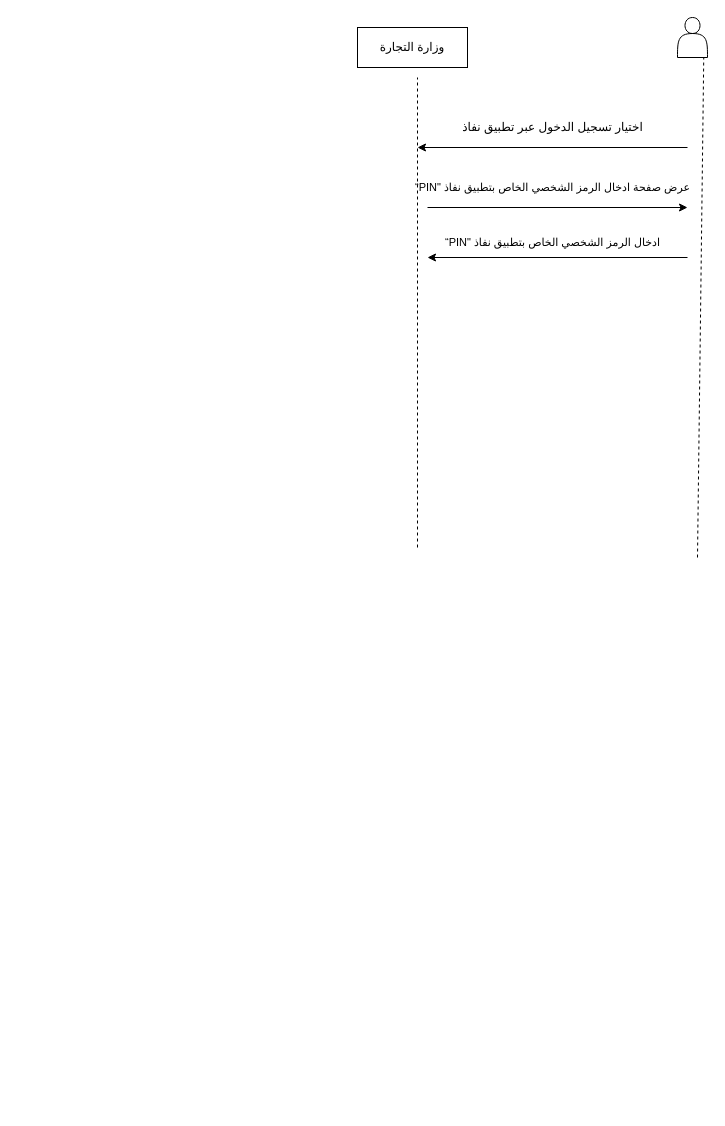
Earlier version of the draw.io diagram اصدار سجل تجاري.drawio (BayadirAlharbi/SmartMethodsTask1). Source tidied: cells renumbered, new cells numbered last; positions are measured from the earlier drawing's top-left corner, leaving out a move shared by most shapes. Both pictures are drawn from the tidied source at 100%, with x=0, y=0 at pixel (357, 17).
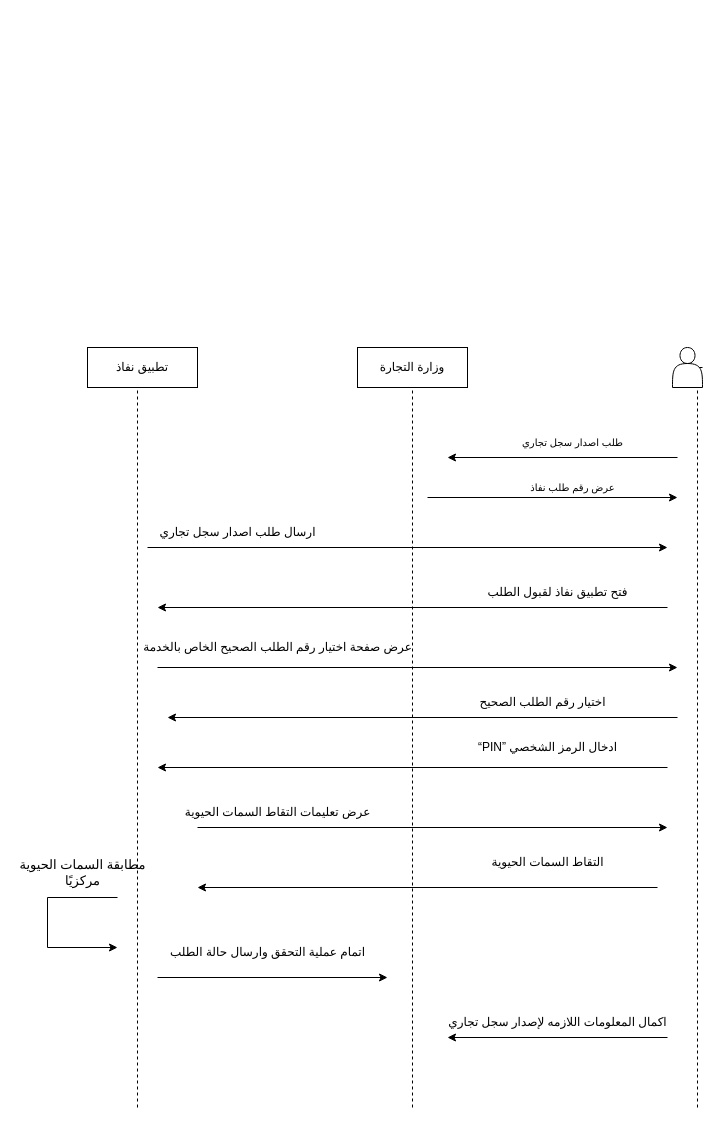
The same page after the edit.

Diff of the diagram source:
```diff
@@
+    <mxCell id="3" style="endArrow=none;dashed=1;html=1;rounded=0;startArrow=none;" parent="1" edge="1" source="2">
+      <mxGeometry relative="1" as="geometry">
+        <mxPoint x="340" y="350" as="targetPoint" />
+      </mxGeometry>
+    </mxCell>
+    <mxCell id="5" style="endArrow=none;dashed=1;html=1;rounded=0;startArrow=none;" parent="1" edge="1" source="4">
+      <mxGeometry relative="1" as="geometry">
+        <mxPoint x="60" y="350" as="targetPoint" />
+      </mxGeometry>
+    </mxCell>
+    <mxCell id="12" value="تطبيق نفاذ" style="rounded=0;whiteSpace=wrap;html=1;strokeColor=default;" parent="1" vertex="1">
+      <mxGeometry x="-270" y="330" width="110" height="40" as="geometry" />
+    </mxCell>
+    <mxCell id="13" style="endArrow=none;dashed=1;html=1;rounded=0;" parent="1" edge="1">
+      <mxGeometry relative="1" as="geometry">
+        <mxPoint x="-220" y="1090" as="sourcePoint" />
+        <mxPoint x="-220" y="370" as="targetPoint" />
+      </mxGeometry>
+    </mxCell>
+    <mxCell id="14" style="endArrow=classic;html=1;rounded=0;fontSize=10;" parent="1" edge="1">
+      <mxGeometry relative="1" as="geometry">
+        <mxPoint x="320" y="440" as="sourcePoint" />
+        <mxPoint x="90" y="440" as="targetPoint" />
+      </mxGeometry>
+    </mxCell>
+    <mxCell id="15" value="طلب اصدار سجل تجاري" style="text;html=1;align=center;verticalAlign=middle;strokeColor=none;fillColor=none;fontSize=10;" parent="1" vertex="1">
+      <mxGeometry x="160" y="410" width="110" height="30" as="geometry" />
+    </mxCell>
+    <mxCell id="16" style="endArrow=classic;html=1;rounded=0;fontSize=10;" parent="1" edge="1">
+      <mxGeometry relative="1" as="geometry">
+        <mxPoint x="70" y="480" as="sourcePoint" />
+        <mxPoint x="320" y="480" as="targetPoint" />
+      </mxGeometry>
+    </mxCell>
+    <mxCell id="17" value="عرض رقم طلب نفاذ" style="text;html=1;align=center;verticalAlign=middle;strokeColor=none;fillColor=none;fontSize=10;" parent="1" vertex="1">
+      <mxGeometry x="170" y="455" width="90" height="30" as="geometry" />
+    </mxCell>
+    <mxCell id="18" style="endArrow=classic;html=1;rounded=0;" parent="1" edge="1">
+      <mxGeometry relative="1" as="geometry">
+        <mxPoint x="-210" y="530" as="sourcePoint" />
+        <mxPoint x="310" y="530" as="targetPoint" />
+      </mxGeometry>
+    </mxCell>
+    <mxCell id="19" value="ارسال طلب اصدار سجل تجاري" style="text;html=1;align=center;verticalAlign=middle;strokeColor=none;fillColor=none;" parent="1" vertex="1">
+      <mxGeometry x="-200" y="500" width="160" height="30" as="geometry" />
+    </mxCell>
+    <mxCell id="20" style="endArrow=classic;html=1;rounded=0;" parent="1" edge="1">
+      <mxGeometry relative="1" as="geometry">
+        <mxPoint x="310" y="590" as="sourcePoint" />
+        <mxPoint x="-200" y="590" as="targetPoint" />
+      </mxGeometry>
+    </mxCell>
+    <mxCell id="21" value="فتح تطبيق نفاذ لقبول الطلب" style="text;html=1;align=center;verticalAlign=middle;strokeColor=none;fillColor=none;" parent="1" vertex="1">
+      <mxGeometry x="130" y="560" width="140" height="30" as="geometry" />
+    </mxCell>
+    <mxCell id="22" style="endArrow=classic;html=1;rounded=0;" parent="1" edge="1">
+      <mxGeometry relative="1" as="geometry">
+        <mxPoint x="-200" y="650" as="sourcePoint" />
+        <mxPoint x="320" y="650" as="targetPoint" />
+      </mxGeometry>
+    </mxCell>
+    <mxCell id="23" value="عرض صفحة اختيار رقم الطلب الصحيح الخاص بالخدمة" style="text;html=1;align=center;verticalAlign=middle;strokeColor=none;fillColor=none;" parent="1" vertex="1">
+      <mxGeometry x="-210" y="615" width="260" height="30" as="geometry" />
+    </mxCell>
+    <mxCell id="24" style="endArrow=classic;html=1;rounded=0;" parent="1" edge="1">
+      <mxGeometry relative="1" as="geometry">
+        <mxPoint x="320" y="700" as="sourcePoint" />
+        <mxPoint x="-190" y="700" as="targetPoint" />
+      </mxGeometry>
+    </mxCell>
+    <mxCell id="25" value="اختيار رقم الطلب الصحيح" style="text;html=1;align=center;verticalAlign=middle;strokeColor=none;fillColor=none;" parent="1" vertex="1">
+      <mxGeometry x="120" y="670" width="130" height="30" as="geometry" />
+    </mxCell>
+    <mxCell id="26" style="endArrow=classic;html=1;rounded=0;" parent="1" edge="1">
+      <mxGeometry relative="1" as="geometry">
+        <mxPoint x="-160" y="810" as="sourcePoint" />
+        <mxPoint x="310" y="810" as="targetPoint" />
+      </mxGeometry>
+    </mxCell>
+    <mxCell id="27" value="عرض تعليمات التقاط السمات الحيوية" style="text;html=1;align=center;verticalAlign=middle;strokeColor=none;fillColor=none;" parent="1" vertex="1">
+      <mxGeometry x="-170" y="780" width="180" height="30" as="geometry" />
+    </mxCell>
+    <mxCell id="28" style="endArrow=classic;html=1;rounded=0;" parent="1" edge="1">
+      <mxGeometry relative="1" as="geometry">
+        <mxPoint x="300" y="870" as="sourcePoint" />
+        <mxPoint x="-160" y="870" as="targetPoint" />
+      </mxGeometry>
+    </mxCell>
+    <mxCell id="29" value="التقاط السمات الحيوية" style="text;html=1;align=center;verticalAlign=middle;strokeColor=none;fillColor=none;" parent="1" vertex="1">
+      <mxGeometry x="130" y="830" width="120" height="30" as="geometry" />
+    </mxCell>
+    <mxCell id="30" style="endArrow=classic;html=1;rounded=0;fontSize=10;" parent="1" edge="1">
+      <mxGeometry relative="1" as="geometry">
+        <mxPoint x="-240" y="880" as="sourcePoint" />
+        <mxPoint x="-240" y="930" as="targetPoint" />
+        <Array as="points">
+          <mxPoint x="-310" y="880" />
+          <mxPoint x="-310" y="930" />
+        </Array>
+      </mxGeometry>
+    </mxCell>
+    <mxCell id="31" value="مطابقة السمات الحيوية&lt;br style=&quot;font-size: 13px;&quot;&gt;مركزيًا" style="text;html=1;align=center;verticalAlign=middle;strokeColor=none;fillColor=none;fontSize=13;" parent="1" vertex="1">
+      <mxGeometry x="-340" y="835" width="130" height="40" as="geometry" />
+    </mxCell>
+    <mxCell id="32" style="endArrow=classic;html=1;rounded=0;" parent="1" edge="1">
+      <mxGeometry relative="1" as="geometry">
+        <mxPoint x="-200" y="960" as="sourcePoint" />
+        <mxPoint x="30" y="960" as="targetPoint" />
+      </mxGeometry>
+    </mxCell>
+    <mxCell id="33" value="اتمام عملية التحقق وارسال حالة الطلب" style="text;html=1;align=center;verticalAlign=middle;strokeColor=none;fillColor=none;" parent="1" vertex="1">
+      <mxGeometry x="-180" y="920" width="180" height="30" as="geometry" />
+    </mxCell>
+    <mxCell id="34" style="endArrow=classic;html=1;rounded=0;" parent="1" edge="1">
+      <mxGeometry relative="1" as="geometry">
+        <mxPoint x="310" y="1020" as="sourcePoint" />
+        <mxPoint x="90" y="1020" as="targetPoint" />
+      </mxGeometry>
+    </mxCell>
+    <mxCell id="35" value="اكمال المعلومات اللازمه لإصدار سجل تجاري" style="text;html=1;align=center;verticalAlign=middle;strokeColor=none;fillColor=none;" parent="1" vertex="1">
+      <mxGeometry x="95" y="990" width="210" height="30" as="geometry" />
+    </mxCell>
+    <mxCell id="4" value="وزارة التجارة" style="rounded=0;whiteSpace=wrap;html=1;strokeColor=default;" parent="1" vertex="1">
+      <mxGeometry y="330" width="110" height="40" as="geometry" />
+    </mxCell>
+    <mxCell id="36" style="endArrow=none;dashed=1;html=1;rounded=0;" parent="1" edge="1" target="4">
+      <mxGeometry relative="1" as="geometry">
+        <mxPoint x="55" y="1090" as="sourcePoint" />
+      </mxGeometry>
+    </mxCell>
     <mxCell id="2" style="shape=actor;whiteSpace=wrap;html=1;strokeColor=default;verticalAlign=middle;fontStyle=0;" parent="1" vertex="1">
-      <mxGeometry x="320" width="30" height="40" as="geometry" />
+      <mxGeometry x="315" y="330" width="30" height="40" as="geometry" />
     </mxCell>
-    <mxCell id="3" style="endArrow=none;dashed=1;html=1;rounded=0;entryX=0.875;entryY=1;entryDx=0;entryDy=0;entryPerimeter=0;" parent="1" edge="1" target="2">
-      <mxGeometry relative="1" as="geometry">
-        <mxPoint x="340" y="540" as="sourcePoint" />
-      </mxGeometry>
-    </mxCell>
-    <mxCell id="4" value="وزارة التجارة" style="rounded=0;whiteSpace=wrap;html=1;strokeColor=default;" parent="1" vertex="1">
-      <mxGeometry y="10" width="110" height="40" as="geometry" />
-    </mxCell>
-    <mxCell id="5" style="endArrow=none;dashed=1;html=1;rounded=0;" parent="1" edge="1">
-      <mxGeometry relative="1" as="geometry">
-        <mxPoint x="60" y="530" as="sourcePoint" />
-        <mxPoint x="60" y="60" as="targetPoint" />
-      </mxGeometry>
-    </mxCell>
-    <mxCell id="6" style="endArrow=classic;html=1;rounded=0;" parent="1" edge="1">
-      <mxGeometry relative="1" as="geometry">
-        <mxPoint x="330" y="130" as="sourcePoint" />
-        <mxPoint x="60" y="130" as="targetPoint" />
-      </mxGeometry>
-    </mxCell>
-    <mxCell id="7" value="اختيار تسجيل الدخول عبر تطبيق نفاذ" style="text;html=1;align=center;verticalAlign=middle;strokeColor=none;fillColor=none;" parent="1" vertex="1">
-      <mxGeometry x="105" y="95" width="180" height="30" as="geometry" />
-    </mxCell>
-    <mxCell id="8" style="endArrow=classic;html=1;rounded=0;" parent="1" edge="1">
-      <mxGeometry relative="1" as="geometry">
-        <mxPoint x="70" y="190" as="sourcePoint" />
-        <mxPoint x="330" y="190" as="targetPoint" />
-      </mxGeometry>
-    </mxCell>
-    <mxCell id="9" value="“PIN&quot; عرض صفحة ادخال الرمز الشخصي الخاص بتطبيق نفاذ" style="text;html=1;align=center;verticalAlign=middle;strokeColor=none;fillColor=none;fontSize=11;" parent="1" vertex="1">
-      <mxGeometry x="60" y="155" width="270" height="30" as="geometry" />
-    </mxCell>
-    <mxCell id="10" style="endArrow=classic;html=1;rounded=0;fontSize=11;" parent="1" edge="1">
-      <mxGeometry relative="1" as="geometry">
-        <mxPoint x="330" y="240" as="sourcePoint" />
-        <mxPoint x="70" y="240" as="targetPoint" />
-      </mxGeometry>
-    </mxCell>
-    <mxCell id="11" value="“PIN&quot; ادخال الرمز الشخصي الخاص بتطبيق نفاذ" style="text;html=1;align=center;verticalAlign=middle;strokeColor=none;fillColor=none;fontSize=11;" parent="1" vertex="1">
-      <mxGeometry x="85" y="210" width="220" height="30" as="geometry" />
-    </mxCell>
+    <mxCell id="37" style="endArrow=none;dashed=1;html=1;rounded=0;" parent="1" edge="1">
+      <mxGeometry relative="1" as="geometry">
+        <mxPoint x="340" y="1090" as="sourcePoint" />
+        <mxPoint x="340" y="370" as="targetPoint" />
+      </mxGeometry>
+    </mxCell>
+    <mxCell id="38" style="endArrow=classic;html=1;rounded=0;" parent="1" edge="1">
+      <mxGeometry relative="1" as="geometry">
+        <mxPoint x="310" y="750" as="sourcePoint" />
+        <mxPoint x="-200" y="750" as="targetPoint" />
+      </mxGeometry>
+    </mxCell>
+    <mxCell id="39" value="“PIN” ادخال الرمز الشخصي" style="text;html=1;align=center;verticalAlign=middle;strokeColor=none;fillColor=none;" parent="1" vertex="1">
+      <mxGeometry x="115" y="715" width="150" height="30" as="geometry" />
+    </mxCell>
```
